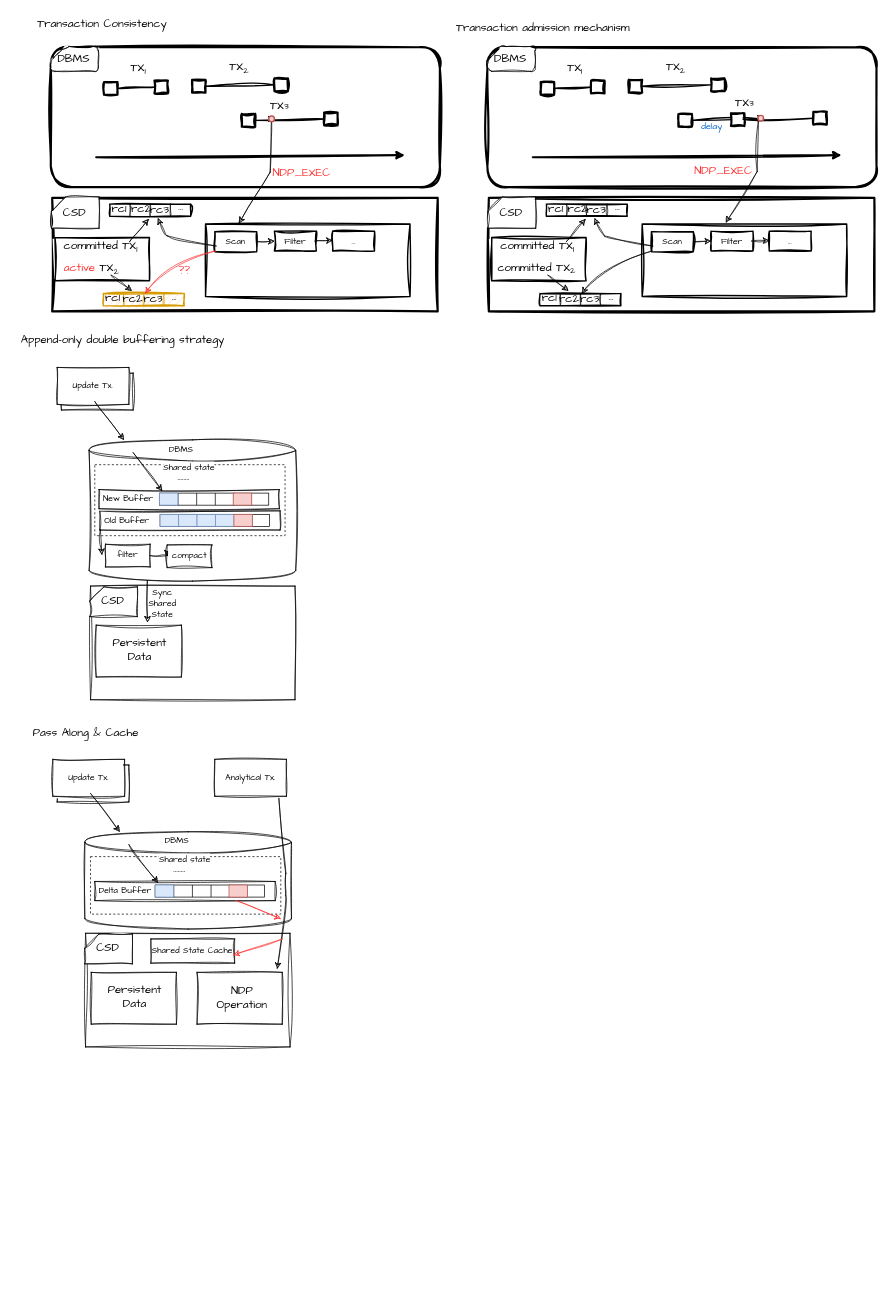
Above: ppt.drawio in juruo-c/DrawIo (draw.io), before the change. Source tidied: cells renumbered, new cells numbered last; positions are measured from the earlier drawing's top-left corner, leaving out a move shared by most shapes. Both pictures are drawn from the tidied source at 71%, with x=0, y=0 at pixel (12, 12).
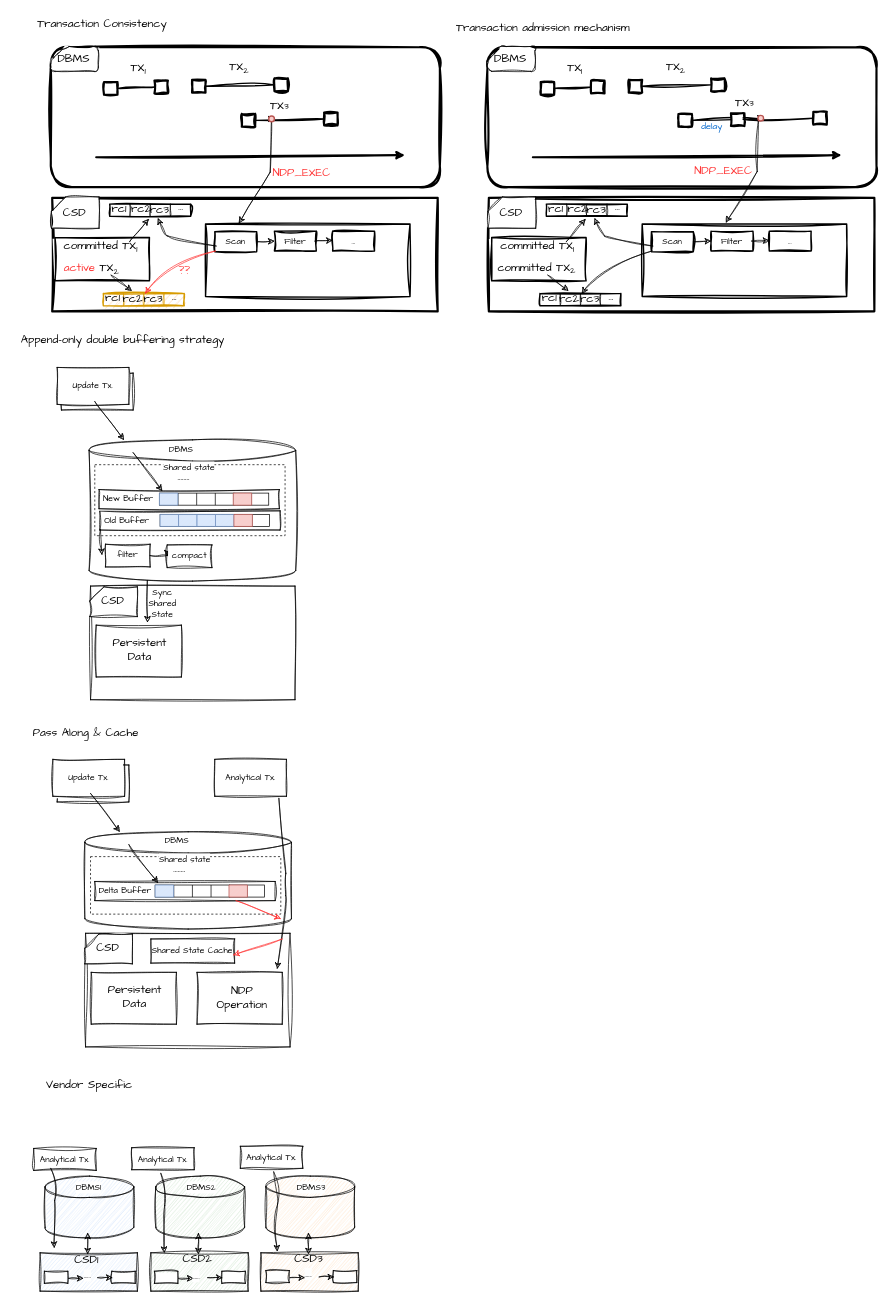
The same diagram, later.

Commit message:
23.11.21 vendor Specific for AIDE

Diff of the diagram source:
```diff
@@
+    <mxCell id="189" style="shape=cylinder3;whiteSpace=wrap;html=1;boundedLbl=1;backgroundOutline=1;size=15;sketch=1;curveFitting=1;jiggle=2;strokeWidth=1;fillColor=#dae8fc;strokeColor=#000000;" parent="1" vertex="1">
+      <mxGeometry x="46" y="1639" width="125" height="87" as="geometry" />
+    </mxCell>
+    <mxCell id="190" value="&lt;div style=&quot;&quot;&gt;&lt;font style=&quot;font-size: 16px;&quot; color=&quot;#000000&quot;&gt;Vendor Specific&lt;/font&gt;&lt;br&gt;&lt;/div&gt;" style="text;html=1;align=center;verticalAlign=middle;strokeColor=none;fillColor=none;fontFamily=Comic Sans MS;fontColor=#FF3333;" parent="1" vertex="1">
+      <mxGeometry x="39" y="1495" width="138" height="31" as="geometry" />
+    </mxCell>
+    <mxCell id="191" value="&lt;span style=&quot;color: rgb(0, 0, 0); font-family: &amp;quot;Comic Sans MS&amp;quot;; font-size: 12px; font-style: normal; font-variant-ligatures: normal; font-variant-caps: normal; font-weight: 400; letter-spacing: normal; orphans: 2; text-align: center; text-indent: 0px; text-transform: none; widows: 2; word-spacing: 0px; -webkit-text-stroke-width: 0px; background-color: rgb(255, 255, 255); text-decoration-thickness: initial; text-decoration-style: initial; text-decoration-color: initial; float: none; display: inline !important;&quot;&gt;DBMS1&lt;/span&gt;" style="text;whiteSpace=wrap;html=1;strokeWidth=1;" parent="1" vertex="1">
+      <mxGeometry x="88" y="1641" width="41" height="37" as="geometry" />
+    </mxCell>
+    <mxCell id="192" style="endArrow=classic;startArrow=classic;html=1;rounded=0;sketch=1;curveFitting=1;jiggle=2;" parent="1" edge="1">
+      <mxGeometry relative="1" as="geometry">
+        <mxPoint x="106" y="1749" as="sourcePoint" />
+        <mxPoint x="106" y="1719" as="targetPoint" />
+      </mxGeometry>
+    </mxCell>
+    <mxCell id="193" style="rounded=0;whiteSpace=wrap;html=1;sketch=1;curveFitting=1;jiggle=2;strokeWidth=1;fillColor=#dae8fc;strokeColor=#000000;" parent="1" vertex="1">
+      <mxGeometry x="39" y="1747" width="137" height="54" as="geometry" />
+    </mxCell>
+    <mxCell id="194" value="&lt;span style=&quot;font-size: 16px;&quot;&gt;CSD1&lt;/span&gt;" style="text;html=1;align=center;verticalAlign=middle;strokeColor=none;fillColor=none;fontFamily=Comic Sans MS;strokeWidth=1;" parent="1" vertex="1">
+      <mxGeometry x="75" y="1741" width="57" height="31" as="geometry" />
+    </mxCell>
+    <mxCell id="195" style="shape=cylinder3;whiteSpace=wrap;html=1;boundedLbl=1;backgroundOutline=1;size=15;sketch=1;curveFitting=1;jiggle=2;strokeWidth=1;fillColor=#d5e8d4;strokeColor=#000000;" parent="1" vertex="1">
+      <mxGeometry x="202" y="1639" width="125" height="87" as="geometry" />
+    </mxCell>
+    <mxCell id="196" value="&lt;span style=&quot;color: rgb(0, 0, 0); font-family: &amp;quot;Comic Sans MS&amp;quot;; font-size: 12px; font-style: normal; font-variant-ligatures: normal; font-variant-caps: normal; font-weight: 400; letter-spacing: normal; orphans: 2; text-align: center; text-indent: 0px; text-transform: none; widows: 2; word-spacing: 0px; -webkit-text-stroke-width: 0px; background-color: rgb(255, 255, 255); text-decoration-thickness: initial; text-decoration-style: initial; text-decoration-color: initial; float: none; display: inline !important;&quot;&gt;DBMS2&lt;/span&gt;" style="text;whiteSpace=wrap;html=1;strokeWidth=1;" parent="1" vertex="1">
+      <mxGeometry x="244" y="1641" width="41" height="37" as="geometry" />
+    </mxCell>
+    <mxCell id="197" style="endArrow=classic;startArrow=classic;html=1;rounded=0;sketch=1;curveFitting=1;jiggle=2;" parent="1" edge="1">
+      <mxGeometry relative="1" as="geometry">
+        <mxPoint x="262" y="1749" as="sourcePoint" />
+        <mxPoint x="262" y="1719" as="targetPoint" />
+      </mxGeometry>
+    </mxCell>
+    <mxCell id="198" style="rounded=0;whiteSpace=wrap;html=1;sketch=1;curveFitting=1;jiggle=2;strokeWidth=1;fillColor=#d5e8d4;strokeColor=#000000;" parent="1" vertex="1">
+      <mxGeometry x="195" y="1747" width="137" height="54" as="geometry" />
+    </mxCell>
+    <mxCell id="199" value="&lt;span style=&quot;font-size: 16px;&quot;&gt;CSD2&lt;/span&gt;" style="text;html=1;align=center;verticalAlign=middle;strokeColor=none;fillColor=none;fontFamily=Comic Sans MS;strokeWidth=1;" parent="1" vertex="1">
+      <mxGeometry x="230" y="1739" width="60" height="31" as="geometry" />
+    </mxCell>
+    <mxCell id="200" style="shape=cylinder3;whiteSpace=wrap;html=1;boundedLbl=1;backgroundOutline=1;size=15;sketch=1;curveFitting=1;jiggle=2;strokeWidth=1;fillColor=#ffe6cc;strokeColor=#000000;" parent="1" vertex="1">
+      <mxGeometry x="357" y="1639" width="125" height="87" as="geometry" />
+    </mxCell>
+    <mxCell id="201" value="&lt;span style=&quot;color: rgb(0, 0, 0); font-family: &amp;quot;Comic Sans MS&amp;quot;; font-size: 12px; font-style: normal; font-variant-ligatures: normal; font-variant-caps: normal; font-weight: 400; letter-spacing: normal; orphans: 2; text-align: center; text-indent: 0px; text-transform: none; widows: 2; word-spacing: 0px; -webkit-text-stroke-width: 0px; background-color: rgb(255, 255, 255); text-decoration-thickness: initial; text-decoration-style: initial; text-decoration-color: initial; float: none; display: inline !important;&quot;&gt;DBMS3&lt;/span&gt;" style="text;whiteSpace=wrap;html=1;strokeWidth=1;" parent="1" vertex="1">
+      <mxGeometry x="399" y="1641" width="41" height="37" as="geometry" />
+    </mxCell>
+    <mxCell id="202" style="endArrow=classic;startArrow=classic;html=1;rounded=0;sketch=1;curveFitting=1;jiggle=2;" parent="1" edge="1">
+      <mxGeometry relative="1" as="geometry">
+        <mxPoint x="417" y="1749" as="sourcePoint" />
+        <mxPoint x="417" y="1719" as="targetPoint" />
+      </mxGeometry>
+    </mxCell>
+    <mxCell id="203" style="rounded=0;whiteSpace=wrap;html=1;sketch=1;curveFitting=1;jiggle=2;strokeWidth=1;fillColor=#ffe6cc;strokeColor=#000000;" parent="1" vertex="1">
+      <mxGeometry x="350" y="1747" width="137" height="54" as="geometry" />
+    </mxCell>
+    <mxCell id="204" value="&lt;span style=&quot;font-size: 16px;&quot;&gt;CSD3&lt;/span&gt;" style="text;html=1;align=center;verticalAlign=middle;strokeColor=none;fillColor=none;fontFamily=Comic Sans MS;strokeWidth=1;" parent="1" vertex="1">
+      <mxGeometry x="387" y="1739" width="60" height="31" as="geometry" />
+    </mxCell>
+    <mxCell id="205" style="rounded=0;whiteSpace=wrap;html=1;sketch=1;curveFitting=1;jiggle=2;strokeWidth=1;" parent="1" vertex="1">
+      <mxGeometry x="45" y="1773" width="33" height="17" as="geometry" />
+    </mxCell>
+    <mxCell id="206" style="rounded=0;whiteSpace=wrap;html=1;sketch=1;curveFitting=1;jiggle=2;strokeWidth=1;" parent="1" vertex="1">
+      <mxGeometry x="140" y="1773" width="33" height="17" as="geometry" />
+    </mxCell>
+    <mxCell id="207" style="endArrow=classic;html=1;rounded=0;sketch=1;curveFitting=1;jiggle=2;" parent="1" edge="1">
+      <mxGeometry relative="1" as="geometry">
+        <mxPoint x="79" y="1783" as="sourcePoint" />
+        <mxPoint x="100" y="1783" as="targetPoint" />
+      </mxGeometry>
+    </mxCell>
+    <mxCell id="208" style="endArrow=classic;html=1;rounded=0;sketch=1;curveFitting=1;jiggle=2;" parent="1" edge="1">
+      <mxGeometry relative="1" as="geometry">
+        <mxPoint x="120" y="1782" as="sourcePoint" />
+        <mxPoint x="141" y="1782" as="targetPoint" />
+      </mxGeometry>
+    </mxCell>
+    <mxCell id="209" value="&lt;font face=&quot;Comic Sans MS&quot;&gt;Analytical Tx.&lt;/font&gt;" style="rounded=0;whiteSpace=wrap;html=1;sketch=1;curveFitting=1;jiggle=2;" parent="1" vertex="1">
+      <mxGeometry x="30" y="1600" width="88" height="31" as="geometry" />
+    </mxCell>
+    <mxCell id="210" value="&lt;font face=&quot;Comic Sans MS&quot;&gt;Analytical Tx.&lt;/font&gt;" style="rounded=0;whiteSpace=wrap;html=1;sketch=1;curveFitting=1;jiggle=2;" parent="1" vertex="1">
+      <mxGeometry x="168" y="1599" width="88" height="31" as="geometry" />
+    </mxCell>
+    <mxCell id="211" value="&lt;font face=&quot;Comic Sans MS&quot;&gt;Analytical Tx.&lt;/font&gt;" style="rounded=0;whiteSpace=wrap;html=1;sketch=1;curveFitting=1;jiggle=2;" parent="1" vertex="1">
+      <mxGeometry x="321" y="1597" width="88" height="31" as="geometry" />
+    </mxCell>
+    <mxCell id="212" style="curved=1;endArrow=classic;html=1;rounded=0;sketch=1;curveFitting=1;jiggle=2;" parent="1" edge="1">
+      <mxGeometry relative="1" as="geometry">
+        <mxPoint x="54" y="1628" as="sourcePoint" />
+        <mxPoint x="59" y="1740" as="targetPoint" />
+        <Array as="points">
+          <mxPoint x="63" y="1653" />
+          <mxPoint x="56" y="1694" />
+        </Array>
+      </mxGeometry>
+    </mxCell>
+    <mxCell id="213" style="curved=1;endArrow=classic;html=1;rounded=0;sketch=1;curveFitting=1;jiggle=2;" parent="1" edge="1">
+      <mxGeometry relative="1" as="geometry">
+        <mxPoint x="209" y="1635" as="sourcePoint" />
+        <mxPoint x="214" y="1747" as="targetPoint" />
+        <Array as="points">
+          <mxPoint x="218" y="1660" />
+          <mxPoint x="211" y="1701" />
+        </Array>
+      </mxGeometry>
+    </mxCell>
+    <mxCell id="214" style="curved=1;endArrow=classic;html=1;rounded=0;sketch=1;curveFitting=1;jiggle=2;" parent="1" edge="1">
+      <mxGeometry relative="1" as="geometry">
+        <mxPoint x="368" y="1633" as="sourcePoint" />
+        <mxPoint x="373" y="1745" as="targetPoint" />
+        <Array as="points">
+          <mxPoint x="377" y="1658" />
+          <mxPoint x="370" y="1699" />
+        </Array>
+      </mxGeometry>
+    </mxCell>
+    <mxCell id="215" value="&lt;span style=&quot;color: rgb(0, 0, 0); font-family: &amp;quot;Comic Sans MS&amp;quot;; font-size: 12px; font-style: normal; font-variant-ligatures: normal; font-variant-caps: normal; font-weight: 400; letter-spacing: normal; orphans: 2; text-align: center; text-indent: 0px; text-transform: none; widows: 2; word-spacing: 0px; -webkit-text-stroke-width: 0px; background-color: rgb(255, 255, 255); text-decoration-thickness: initial; text-decoration-style: initial; text-decoration-color: initial; float: none; display: inline !important;&quot;&gt;......&lt;/span&gt;" style="text;whiteSpace=wrap;html=1;" parent="1" vertex="1">
+      <mxGeometry x="99" y="1765" width="105" height="37" as="geometry" />
+    </mxCell>
+    <mxCell id="216" style="rounded=0;whiteSpace=wrap;html=1;sketch=1;curveFitting=1;jiggle=2;strokeWidth=1;" parent="1" vertex="1">
+      <mxGeometry x="200" y="1773" width="33" height="17" as="geometry" />
+    </mxCell>
+    <mxCell id="217" style="rounded=0;whiteSpace=wrap;html=1;sketch=1;curveFitting=1;jiggle=2;strokeWidth=1;" parent="1" vertex="1">
+      <mxGeometry x="295" y="1773" width="33" height="17" as="geometry" />
+    </mxCell>
+    <mxCell id="218" style="endArrow=classic;html=1;rounded=0;sketch=1;curveFitting=1;jiggle=2;" parent="1" edge="1">
+      <mxGeometry relative="1" as="geometry">
+        <mxPoint x="234" y="1783" as="sourcePoint" />
+        <mxPoint x="255" y="1783" as="targetPoint" />
+      </mxGeometry>
+    </mxCell>
+    <mxCell id="219" style="endArrow=classic;html=1;rounded=0;sketch=1;curveFitting=1;jiggle=2;" parent="1" edge="1">
+      <mxGeometry relative="1" as="geometry">
+        <mxPoint x="275" y="1782" as="sourcePoint" />
+        <mxPoint x="296" y="1782" as="targetPoint" />
+      </mxGeometry>
+    </mxCell>
+    <mxCell id="220" style="rounded=0;whiteSpace=wrap;html=1;sketch=1;curveFitting=1;jiggle=2;strokeWidth=1;" parent="1" vertex="1">
+      <mxGeometry x="357" y="1772" width="33" height="17" as="geometry" />
+    </mxCell>
+    <mxCell id="221" style="rounded=0;whiteSpace=wrap;html=1;sketch=1;curveFitting=1;jiggle=2;strokeWidth=1;" parent="1" vertex="1">
+      <mxGeometry x="452" y="1772" width="33" height="17" as="geometry" />
+    </mxCell>
+    <mxCell id="222" style="endArrow=classic;html=1;rounded=0;sketch=1;curveFitting=1;jiggle=2;" parent="1" edge="1">
+      <mxGeometry relative="1" as="geometry">
+        <mxPoint x="391" y="1782" as="sourcePoint" />
+        <mxPoint x="412" y="1782" as="targetPoint" />
+      </mxGeometry>
+    </mxCell>
+    <mxCell id="223" style="endArrow=classic;html=1;rounded=0;sketch=1;curveFitting=1;jiggle=2;" parent="1" edge="1">
+      <mxGeometry relative="1" as="geometry">
+        <mxPoint x="432" y="1781" as="sourcePoint" />
+        <mxPoint x="453" y="1781" as="targetPoint" />
+      </mxGeometry>
+    </mxCell>
+    <mxCell id="224" value="&lt;span style=&quot;color: rgb(0, 0, 0); font-family: &amp;quot;Comic Sans MS&amp;quot;; font-size: 12px; font-style: normal; font-variant-ligatures: normal; font-variant-caps: normal; font-weight: 400; letter-spacing: normal; orphans: 2; text-align: center; text-indent: 0px; text-transform: none; widows: 2; word-spacing: 0px; -webkit-text-stroke-width: 0px; background-color: rgb(255, 255, 255); text-decoration-thickness: initial; text-decoration-style: initial; text-decoration-color: initial; float: none; display: inline !important;&quot;&gt;......&lt;/span&gt;" style="text;whiteSpace=wrap;html=1;" parent="1" vertex="1">
+      <mxGeometry x="252" y="1766" width="105" height="37" as="geometry" />
+    </mxCell>
+    <mxCell id="225" value="&lt;span style=&quot;color: rgb(0, 0, 0); font-family: &amp;quot;Comic Sans MS&amp;quot;; font-size: 12px; font-style: normal; font-variant-ligatures: normal; font-variant-caps: normal; font-weight: 400; letter-spacing: normal; orphans: 2; text-align: center; text-indent: 0px; text-transform: none; widows: 2; word-spacing: 0px; -webkit-text-stroke-width: 0px; background-color: rgb(255, 255, 255); text-decoration-thickness: initial; text-decoration-style: initial; text-decoration-color: initial; float: none; display: inline !important;&quot;&gt;......&lt;/span&gt;" style="text;whiteSpace=wrap;html=1;" parent="1" vertex="1">
+      <mxGeometry x="410" y="1763" width="105" height="34" as="geometry" />
+    </mxCell>
```
